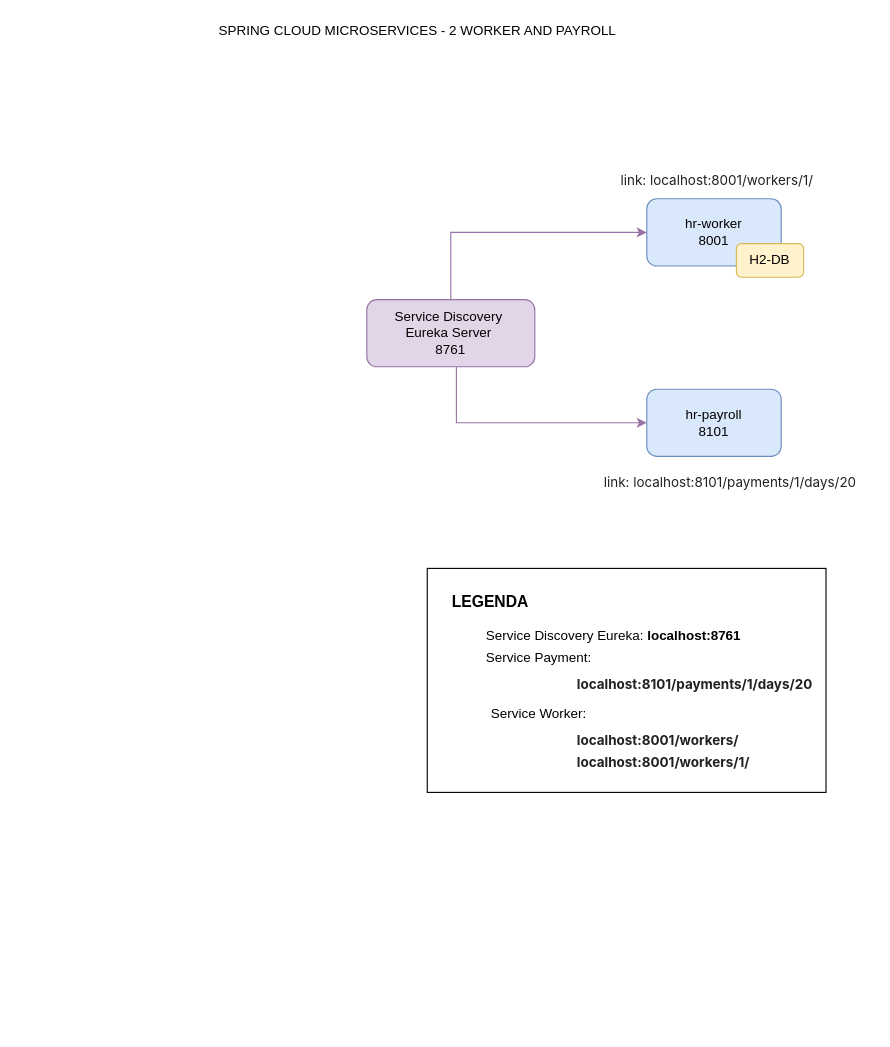
Above: Diagrama Microservico 2.drawio in CarlosRobertoMedeiros/study-microservice-springcloud-2 (draw.io), before the change. Source tidied: cells renumbered, new cells numbered last; positions are measured from the earlier drawing's top-left corner, leaving out a move shared by most shapes. Both pictures are drawn from the tidied source at 112%, with x=0, y=0 at pixel (209, 19). Pictures stored in the file or linked from it are replaced by grey dashed boxes.
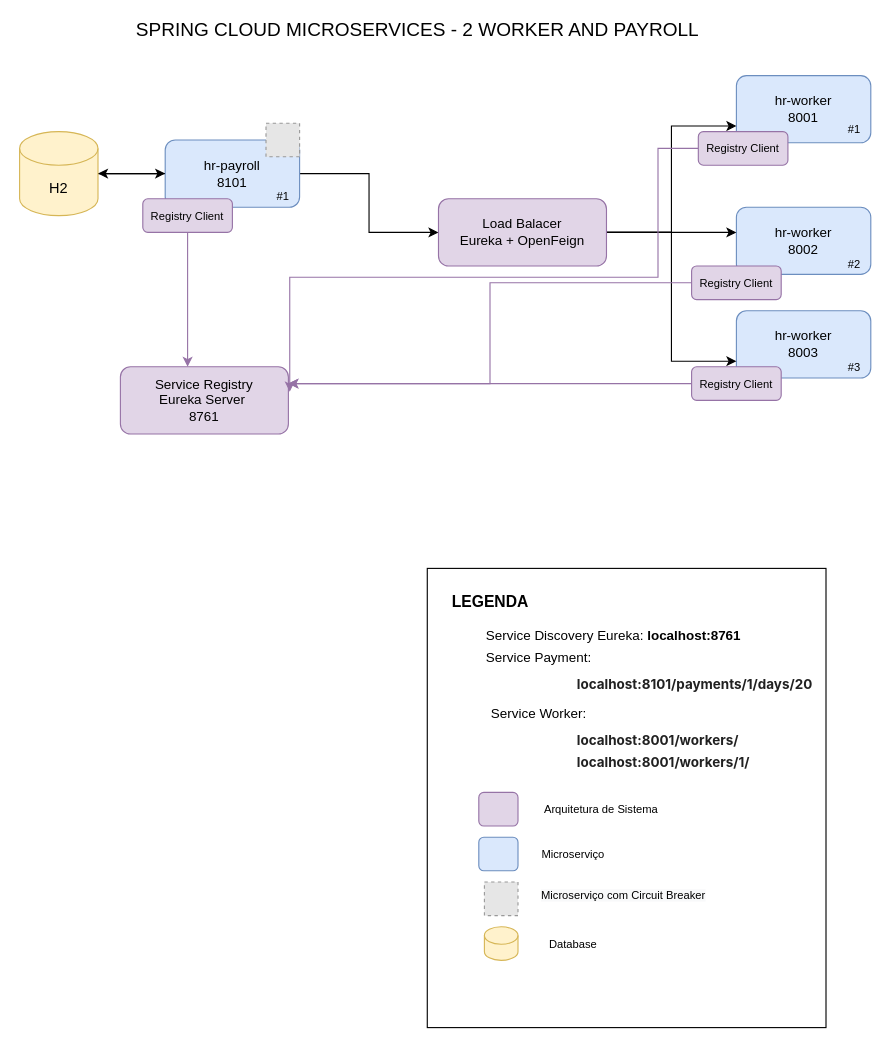
The same page after the edit.

Commit message (it also covers changes not shown here):
Circuit Breaker Implemented

Diff of the diagram source:
```diff
@@
     <mxCell id="2" style="rounded=0;whiteSpace=wrap;html=1;" parent="1" vertex="1">
-      <mxGeometry x="194" y="490" width="356" height="200" as="geometry" />
+      <mxGeometry x="194" y="490" width="356" height="410" as="geometry" />
     </mxCell>
     <mxCell id="3" value="hr-worker&lt;br&gt;8001" style="rounded=1;whiteSpace=wrap;html=1;fillColor=#dae8fc;strokeColor=#6c8ebf;" parent="1" vertex="1">
-      <mxGeometry x="390" y="160" width="120" height="60" as="geometry" />
+      <mxGeometry x="470" y="50" width="120" height="60" as="geometry" />
     </mxCell>
+    <mxCell id="19" style="edgeStyle=orthogonalEdgeStyle;rounded=0;jettySize=auto;html=1;fontSize=13;" parent="1" edge="1" source="4">
+      <mxGeometry relative="1" as="geometry">
+        <mxPoint x="-100" y="137.5" as="targetPoint" />
+      </mxGeometry>
+    </mxCell>
+    <mxCell id="20" style="edgeStyle=orthogonalEdgeStyle;rounded=0;jettySize=auto;html=1;fontSize=13;" parent="1" edge="1" source="4" target="29">
+      <mxGeometry relative="1" as="geometry" />
+    </mxCell>
     <mxCell id="4" value="hr-payroll&lt;br&gt;8101" style="rounded=1;whiteSpace=wrap;html=1;fillColor=#dae8fc;strokeColor=#6c8ebf;" parent="1" vertex="1">
-      <mxGeometry x="390" y="330" width="120" height="60" as="geometry" />
+      <mxGeometry x="-40" y="107.5" width="120" height="60" as="geometry" />
     </mxCell>
-    <mxCell id="5" value="&lt;span style=&quot;color: rgb(33 , 33 , 33) ; font-family: &amp;#34;inter&amp;#34; , &amp;#34;opensans&amp;#34; , &amp;#34;helvetica&amp;#34; , &amp;#34;arial&amp;#34; , sans-serif ; font-size: 12px ; font-style: normal ; font-weight: 400 ; letter-spacing: normal ; text-align: left ; text-indent: 0px ; text-transform: none ; word-spacing: 0px ; background-color: rgb(255 , 255 , 255) ; display: inline ; float: none&quot;&gt;link: localhost:8101/payments/1/days/20&lt;/span&gt;" style="text;whiteSpace=wrap;html=1;" parent="1" vertex="1">
-      <mxGeometry x="350" y="400" width="240" height="30" as="geometry" />
-    </mxCell>
-    <mxCell id="6" value="&lt;span style=&quot;color: rgb(33 , 33 , 33) ; font-family: &amp;#34;inter&amp;#34; , &amp;#34;opensans&amp;#34; , &amp;#34;helvetica&amp;#34; , &amp;#34;arial&amp;#34; , sans-serif ; font-size: 12px ; font-style: normal ; font-weight: 400 ; letter-spacing: normal ; text-align: left ; text-indent: 0px ; text-transform: none ; word-spacing: 0px ; background-color: rgb(255 , 255 , 255) ; display: inline ; float: none&quot;&gt;link: localhost:8001/workers/1/&lt;/span&gt;" style="text;whiteSpace=wrap;html=1;" parent="1" vertex="1">
-      <mxGeometry x="365" y="130" width="190" height="30" as="geometry" />
-    </mxCell>
-    <mxCell id="7" value="SPRING CLOUD MICROSERVICES - 2 WORKER AND PAYROLL" style="text;html=1;align=center;verticalAlign=middle;strokeColor=none;fillColor=none;" parent="1" vertex="1">
-      <mxGeometry width="370" height="20" as="geometry" />
+    <mxCell id="7" value="&lt;font style=&quot;font-size: 17px&quot;&gt;SPRING CLOUD MICROSERVICES - 2 WORKER AND PAYROLL&lt;/font&gt;" style="text;html=1;align=center;verticalAlign=middle;strokeColor=none;fillColor=none;" parent="1" vertex="1">
+      <mxGeometry x="-75" width="520" height="20" as="geometry" />
     </mxCell>
-    <mxCell id="8" value="H2-DB&lt;br&gt;" style="rounded=1;whiteSpace=wrap;html=1;fillColor=#fff2cc;strokeColor=#d6b656;" parent="1" vertex="1">
-      <mxGeometry x="470" y="200" width="60" height="30" as="geometry" />
-    </mxCell>
-    <mxCell id="9" style="edgeStyle=orthogonalEdgeStyle;rounded=0;jettySize=auto;html=1;entryX=0;entryY=0.5;entryDx=0;entryDy=0;fillColor=#e1d5e7;strokeColor=#9673a6;" parent="1" edge="1" source="11" target="3">
-      <mxGeometry relative="1" as="geometry">
-        <Array as="points">
-          <mxPoint x="215" y="190" />
-        </Array>
-      </mxGeometry>
-    </mxCell>
-    <mxCell id="10" style="edgeStyle=orthogonalEdgeStyle;rounded=0;jettySize=auto;html=1;fillColor=#e1d5e7;strokeColor=#9673a6;" parent="1" edge="1" source="11" target="4">
-      <mxGeometry relative="1" as="geometry">
-        <Array as="points">
-          <mxPoint x="220" y="360" />
-        </Array>
-      </mxGeometry>
-    </mxCell>
-    <mxCell id="11" value="Service Discovery&amp;nbsp;&lt;br&gt;Eureka Server&amp;nbsp;&lt;br&gt;8761" style="rounded=1;whiteSpace=wrap;html=1;fillColor=#e1d5e7;strokeColor=#9673a6;" parent="1" vertex="1">
-      <mxGeometry x="140" y="250" width="150" height="60" as="geometry" />
+    <mxCell id="11" value="Service Registry&lt;br&gt;Eureka Server&amp;nbsp;&lt;br&gt;8761" style="rounded=1;whiteSpace=wrap;html=1;fillColor=#e1d5e7;strokeColor=#9673a6;" parent="1" vertex="1">
+      <mxGeometry x="-80" y="310" width="150" height="60" as="geometry" />
     </mxCell>
@@
+    <mxCell id="21" style="edgeStyle=orthogonalEdgeStyle;rounded=0;jettySize=auto;html=1;entryX=0;entryY=0.5;entryDx=0;entryDy=0;fontSize=13;" parent="1" edge="1" source="22" target="4">
+      <mxGeometry relative="1" as="geometry">
+        <Array as="points">
+          <mxPoint x="-100" y="138" />
+          <mxPoint x="-100" y="138" />
+        </Array>
+      </mxGeometry>
+    </mxCell>
+    <mxCell id="22" value="&lt;span style=&quot;font-size: 13px&quot;&gt;H2&lt;/span&gt;" style="shape=cylinder3;whiteSpace=wrap;html=1;boundedLbl=1;backgroundOutline=1;size=15;fontSize=17;fillColor=#fff2cc;strokeColor=#d6b656;" parent="1" vertex="1">
+      <mxGeometry x="-170" y="100" width="70" height="75" as="geometry" />
+    </mxCell>
+    <mxCell id="23" style="fillColor=#E6E6E6;strokeColor=#999999;dashed=1;verticalLabelPosition=bottom;labelBackgroundColor=default;verticalAlign=top;" parent="1" vertex="1">
+      <mxGeometry x="50" y="92.5" width="30" height="30" as="geometry" />
+    </mxCell>
+    <mxCell id="24" value="hr-worker&lt;br&gt;8002" style="rounded=1;whiteSpace=wrap;html=1;fillColor=#dae8fc;strokeColor=#6c8ebf;" parent="1" vertex="1">
+      <mxGeometry x="470" y="167.5" width="120" height="60" as="geometry" />
+    </mxCell>
+    <mxCell id="25" value="hr-worker&lt;br&gt;8003" style="rounded=1;whiteSpace=wrap;html=1;fillColor=#dae8fc;strokeColor=#6c8ebf;" parent="1" vertex="1">
+      <mxGeometry x="470" y="260" width="120" height="60" as="geometry" />
+    </mxCell>
+    <mxCell id="26" style="edgeStyle=orthogonalEdgeStyle;rounded=0;jettySize=auto;html=1;entryX=0;entryY=0.75;entryDx=0;entryDy=0;fontSize=13;" parent="1" edge="1" source="29" target="3">
+      <mxGeometry relative="1" as="geometry" />
+    </mxCell>
+    <mxCell id="27" style="edgeStyle=orthogonalEdgeStyle;rounded=0;jettySize=auto;html=1;fontSize=13;" parent="1" edge="1" source="29">
+      <mxGeometry relative="1" as="geometry">
+        <mxPoint x="470" y="190" as="targetPoint" />
+        <Array as="points">
+          <mxPoint x="470" y="190" />
+        </Array>
+      </mxGeometry>
+    </mxCell>
+    <mxCell id="28" style="edgeStyle=orthogonalEdgeStyle;rounded=0;jettySize=auto;html=1;entryX=0;entryY=0.75;entryDx=0;entryDy=0;fontSize=13;" parent="1" edge="1" source="29" target="25">
+      <mxGeometry relative="1" as="geometry" />
+    </mxCell>
+    <mxCell id="29" value="Load Balacer&lt;br&gt;Eureka + OpenFeign" style="rounded=1;whiteSpace=wrap;html=1;fillColor=#e1d5e7;strokeColor=#9673a6;" parent="1" vertex="1">
+      <mxGeometry x="204" y="160" width="150" height="60" as="geometry" />
+    </mxCell>
+    <mxCell id="30" style="edgeStyle=orthogonalEdgeStyle;rounded=0;jettySize=auto;html=1;entryX=1.008;entryY=0.37;entryDx=0;entryDy=0;entryPerimeter=0;fontSize=10;fillColor=#e1d5e7;strokeColor=#9673a6;" parent="1" edge="1" source="31" target="11">
+      <mxGeometry relative="1" as="geometry">
+        <Array as="points">
+          <mxPoint x="400" y="115" />
+          <mxPoint x="400" y="230" />
+          <mxPoint x="71" y="230" />
+        </Array>
+      </mxGeometry>
+    </mxCell>
+    <mxCell id="31" value="&lt;font style=&quot;font-size: 10px&quot;&gt;Registry&amp;nbsp;Client&lt;/font&gt;" style="rounded=1;whiteSpace=wrap;html=1;fillColor=#e1d5e7;strokeColor=#9673a6;" parent="1" vertex="1">
+      <mxGeometry x="436" y="100" width="80" height="30" as="geometry" />
+    </mxCell>
+    <mxCell id="32" style="edgeStyle=orthogonalEdgeStyle;rounded=0;orthogonalLoop=1;jettySize=auto;html=1;exitX=0.5;exitY=1;exitDx=0;exitDy=0;fontSize=10;" parent="1" edge="1" source="31" target="31">
+      <mxGeometry relative="1" as="geometry" />
+    </mxCell>
+    <mxCell id="33" style="edgeStyle=orthogonalEdgeStyle;rounded=0;jettySize=auto;html=1;entryX=1;entryY=0.25;entryDx=0;entryDy=0;fontSize=10;fillColor=#e1d5e7;strokeColor=#9673a6;" parent="1" edge="1" source="34" target="11">
+      <mxGeometry relative="1" as="geometry" />
+    </mxCell>
+    <mxCell id="34" value="&lt;font style=&quot;font-size: 10px&quot;&gt;Registry&amp;nbsp;Client&lt;/font&gt;" style="rounded=1;whiteSpace=wrap;html=1;fillColor=#e1d5e7;strokeColor=#9673a6;" parent="1" vertex="1">
+      <mxGeometry x="430" y="220" width="80" height="30" as="geometry" />
+    </mxCell>
+    <mxCell id="35" style="edgeStyle=orthogonalEdgeStyle;rounded=0;jettySize=auto;html=1;entryX=1;entryY=0.25;entryDx=0;entryDy=0;fontSize=10;fillColor=#e1d5e7;strokeColor=#9673a6;" parent="1" edge="1" source="36" target="11">
+      <mxGeometry relative="1" as="geometry" />
+    </mxCell>
+    <mxCell id="36" value="&lt;font style=&quot;font-size: 10px&quot;&gt;Registry&amp;nbsp;Client&lt;/font&gt;" style="rounded=1;whiteSpace=wrap;html=1;fillColor=#e1d5e7;strokeColor=#9673a6;" parent="1" vertex="1">
+      <mxGeometry x="430" y="310" width="80" height="30" as="geometry" />
+    </mxCell>
+    <mxCell id="37" style="edgeStyle=orthogonalEdgeStyle;rounded=0;jettySize=auto;html=1;fontSize=10;fillColor=#e1d5e7;strokeColor=#9673a6;" parent="1" edge="1" source="38">
+      <mxGeometry relative="1" as="geometry">
+        <mxPoint x="-20" y="310" as="targetPoint" />
+        <Array as="points">
+          <mxPoint x="-20" y="310" />
+        </Array>
+      </mxGeometry>
+    </mxCell>
+    <mxCell id="38" value="&lt;font style=&quot;font-size: 10px&quot;&gt;Registry&amp;nbsp;Client&lt;/font&gt;" style="rounded=1;whiteSpace=wrap;html=1;fillColor=#e1d5e7;strokeColor=#9673a6;" parent="1" vertex="1">
+      <mxGeometry x="-60" y="160" width="80" height="30" as="geometry" />
+    </mxCell>
+    <mxCell id="39" style="rounded=1;whiteSpace=wrap;html=1;fontSize=10;fillColor=#e1d5e7;strokeColor=#9673a6;" parent="1" vertex="1">
+      <mxGeometry x="240" y="690" width="35" height="30" as="geometry" />
+    </mxCell>
+    <mxCell id="40" style="rounded=1;whiteSpace=wrap;html=1;fontSize=10;fillColor=#dae8fc;strokeColor=#6c8ebf;" parent="1" vertex="1">
+      <mxGeometry x="240" y="730" width="35" height="30" as="geometry" />
+    </mxCell>
+    <mxCell id="41" value="Arquitetura de Sistema" style="text;html=1;align=center;verticalAlign=middle;strokeColor=none;fillColor=none;fontSize=10;" parent="1" vertex="1">
+      <mxGeometry x="289" y="695" width="120" height="20" as="geometry" />
+    </mxCell>
+    <mxCell id="42" value="Microserviço" style="text;html=1;align=center;verticalAlign=middle;strokeColor=none;fillColor=none;fontSize=10;" parent="1" vertex="1">
+      <mxGeometry x="289" y="735" width="70" height="20" as="geometry" />
+    </mxCell>
+    <mxCell id="43" style="fillColor=#E6E6E6;strokeColor=#999999;dashed=1;verticalLabelPosition=bottom;labelBackgroundColor=default;verticalAlign=top;" parent="1" vertex="1">
+      <mxGeometry x="245" y="770" width="30" height="30" as="geometry" />
+    </mxCell>
+    <mxCell id="44" value="&lt;span style=&quot;color: rgb(0 , 0 , 0) ; font-family: &amp;#34;helvetica&amp;#34; ; font-size: 10px ; font-style: normal ; font-weight: 400 ; letter-spacing: normal ; text-align: center ; text-indent: 0px ; text-transform: none ; word-spacing: 0px ; background-color: rgb(248 , 249 , 250) ; display: inline ; float: none&quot;&gt;Microserviço com Circuit Breaker&lt;/span&gt;" style="text;whiteSpace=wrap;html=1;fontSize=10;" parent="1" vertex="1">
+      <mxGeometry x="294" y="770" width="150" height="30" as="geometry" />
+    </mxCell>
+    <mxCell id="45" value="#1" style="text;html=1;align=center;verticalAlign=middle;strokeColor=none;fillColor=none;fontSize=10;" parent="1" vertex="1">
+      <mxGeometry x="50" y="147.5" width="30" height="20" as="geometry" />
+    </mxCell>
+    <mxCell id="46" value="#1" style="text;html=1;align=center;verticalAlign=middle;strokeColor=none;fillColor=none;fontSize=10;" parent="1" vertex="1">
+      <mxGeometry x="560" y="87.5" width="30" height="20" as="geometry" />
+    </mxCell>
+    <mxCell id="47" value="#2" style="text;html=1;align=center;verticalAlign=middle;strokeColor=none;fillColor=none;fontSize=10;" parent="1" vertex="1">
+      <mxGeometry x="560" y="207.5" width="30" height="20" as="geometry" />
+    </mxCell>
+    <mxCell id="48" value="#3" style="text;html=1;align=center;verticalAlign=middle;strokeColor=none;fillColor=none;fontSize=10;" parent="1" vertex="1">
+      <mxGeometry x="560" y="300" width="30" height="20" as="geometry" />
+    </mxCell>
+    <mxCell id="49" style="shape=cylinder3;whiteSpace=wrap;html=1;boundedLbl=1;backgroundOutline=1;size=7.800048828125;fontSize=17;fillColor=#fff2cc;strokeColor=#d6b656;" parent="1" vertex="1">
+      <mxGeometry x="245" y="810" width="30" height="30" as="geometry" />
+    </mxCell>
+    <mxCell id="50" value="Database" style="text;html=1;align=center;verticalAlign=middle;strokeColor=none;fillColor=none;fontSize=10;" parent="1" vertex="1">
+      <mxGeometry x="294" y="815" width="60" height="20" as="geometry" />
+    </mxCell>
```
